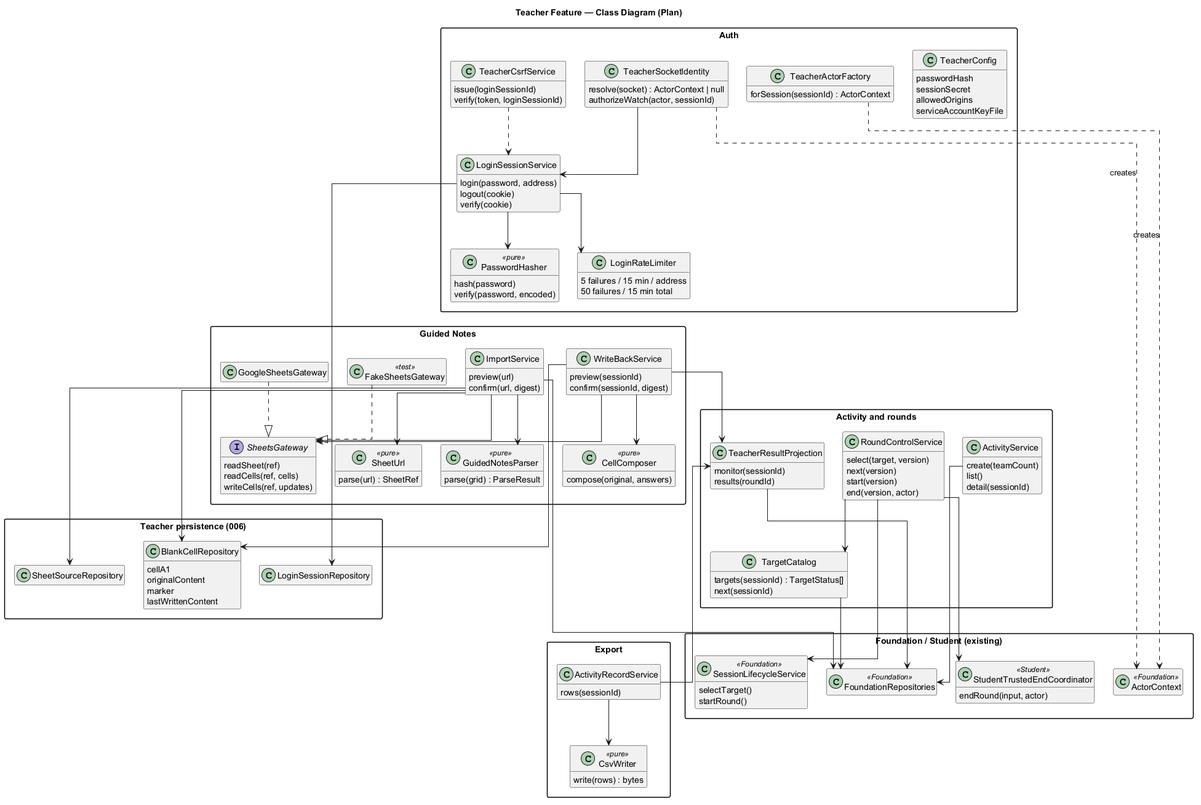
The PlantUML diagram diagrams/003-teacher-feature-class.png in yuyu-lcoavte/quiz-system, before a commit.
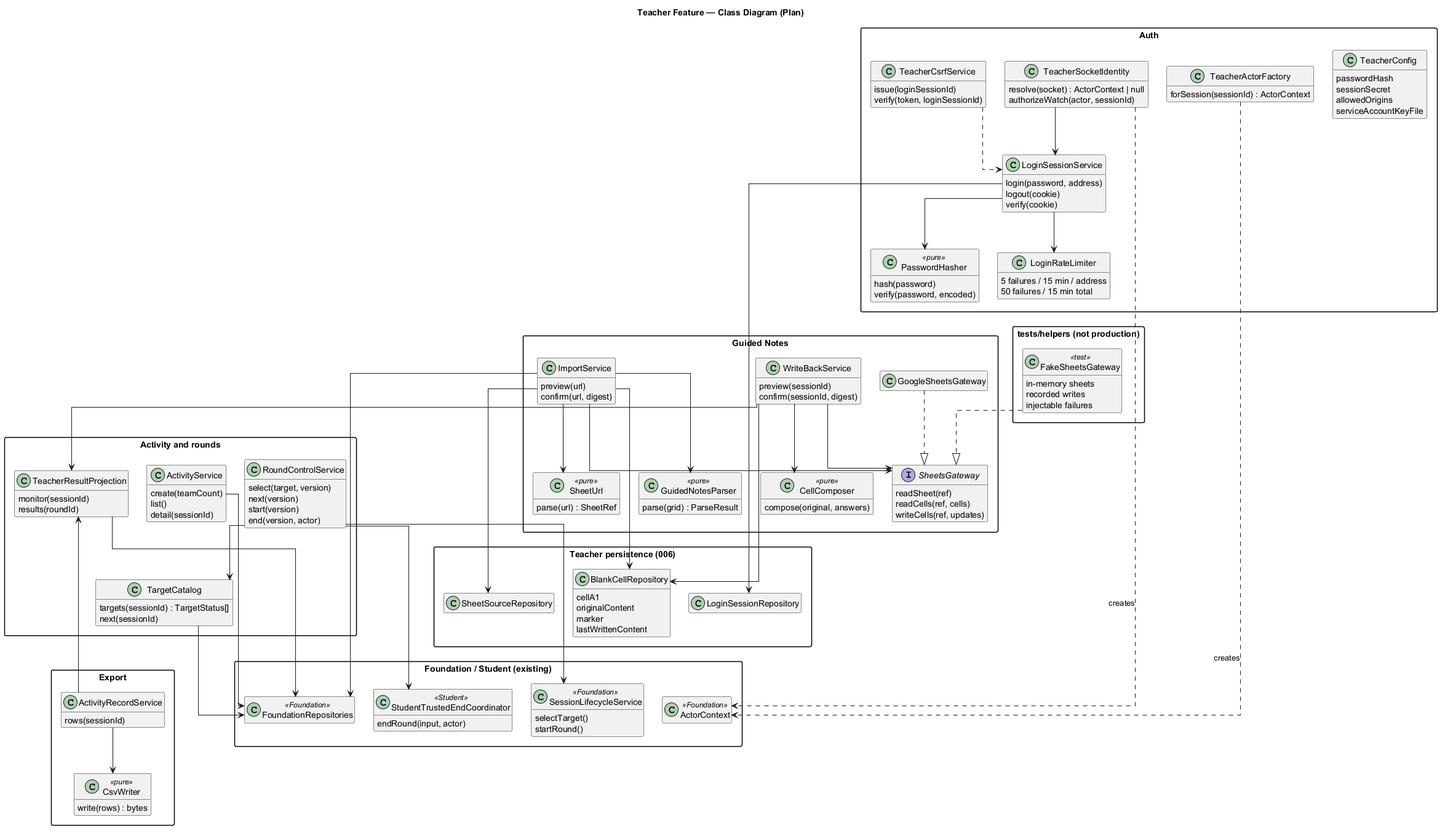
After the commit.

Commit message:
docs(teacher): resolve analyze findings and confirm group decisions

The edit, as a diff of the source:
```diff
@@ -87,7 +87,14 @@
     writeCells(ref, updates)
   }
   class GoogleSheetsGateway
-  class FakeSheetsGateway <<test>>
+}
+
+package "tests/helpers (not production)" {
+  class FakeSheetsGateway <<test>> {
+    in-memory sheets
+    recorded writes
+    injectable failures
+  }
 }
 
 package "Export" {
```
